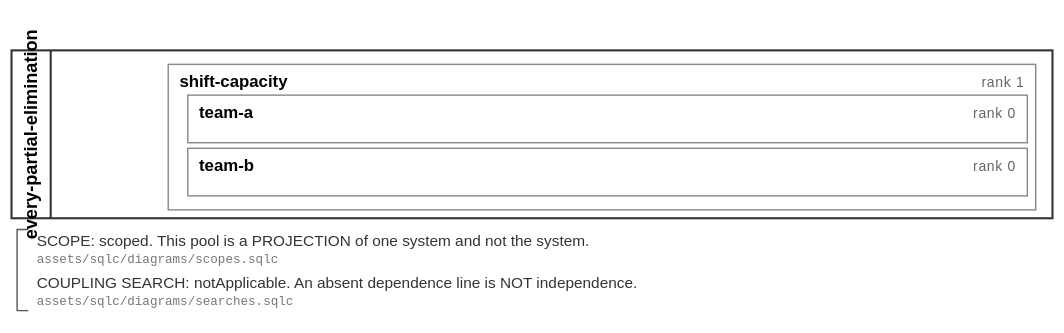
soulstompp/process-modulus keeps this BPMN diagram as assets/svg/filings/every-partial-elimination.svg. Above is the earlier version. Its source is kept beside it as assets/bpmn/filings/every-partial-elimination.bpmn. Ids are renumbered.
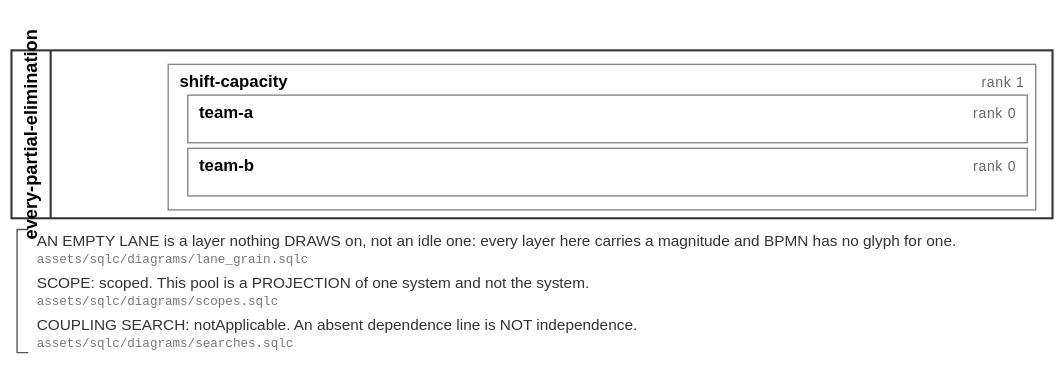
After the change.

The edit, as a diff of the source:
```diff
@@ -29,6 +29,9 @@
         </childLaneSet>
       </lane>
     </laneSet>
+    <textAnnotation id="note_every-partial-elimination_lane">
+      <text>AN EMPTY LANE is a layer nothing DRAWS on, not an idle one: every layer here carries a magnitude and BPMN has no glyph for one. [assets/sqlc/diagrams/lane_grain.sqlc]</text>
+    </textAnnotation>
     <textAnnotation id="note_every-partial-elimination_scope">
       <text>SCOPE: scoped. This pool is a PROJECTION of one system and not the system. [assets/sqlc/diagrams/scopes.sqlc]</text>
     </textAnnotation>
@@ -50,11 +53,14 @@
       <bpmndi:BPMNShape id="shape_every-partial-elimination_lane_every-partial-elimination_team-b" bpmnElement="tns:lane_every-partial-elimination_team-b">
         <dc:Bounds x="134" y="106" width="600" height="34"/>
       </bpmndi:BPMNShape>
-      <bpmndi:BPMNShape id="shape_every-partial-elimination_note_every-partial-elimination_scope" bpmnElement="tns:note_every-partial-elimination_scope">
+      <bpmndi:BPMNShape id="shape_every-partial-elimination_note_every-partial-elimination_lane" bpmnElement="tns:note_every-partial-elimination_lane">
         <dc:Bounds x="20" y="164" width="720" height="28"/>
       </bpmndi:BPMNShape>
+      <bpmndi:BPMNShape id="shape_every-partial-elimination_note_every-partial-elimination_scope" bpmnElement="tns:note_every-partial-elimination_scope">
+        <dc:Bounds x="20" y="194" width="720" height="28"/>
+      </bpmndi:BPMNShape>
       <bpmndi:BPMNShape id="shape_every-partial-elimination_note_every-partial-elimination_search" bpmnElement="tns:note_every-partial-elimination_search">
-        <dc:Bounds x="20" y="194" width="720" height="28"/>
+        <dc:Bounds x="20" y="224" width="720" height="28"/>
       </bpmndi:BPMNShape>
     </bpmndi:BPMNPlane>
   </bpmndi:BPMNDiagram>
```
